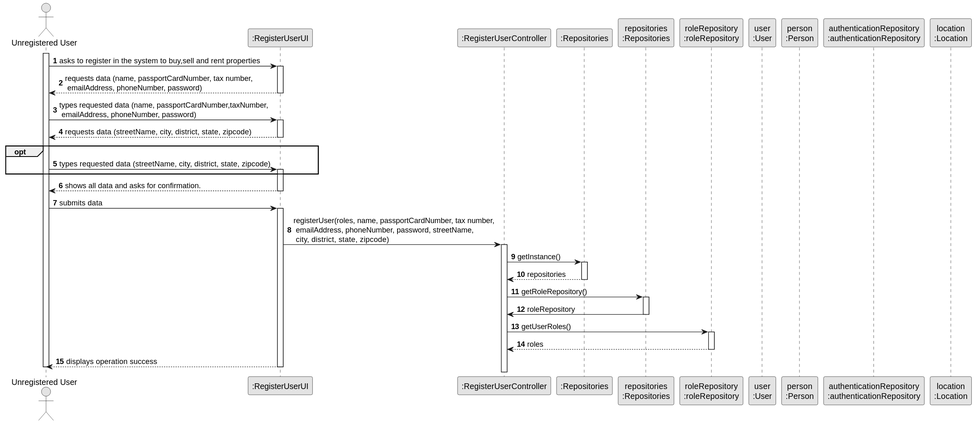
Earlier version of the PlantUML export docs/sprintB/us007/03.design/svg/us007-sequence-diagram-split.svg (rita-barbosa/LAPR2-2223).
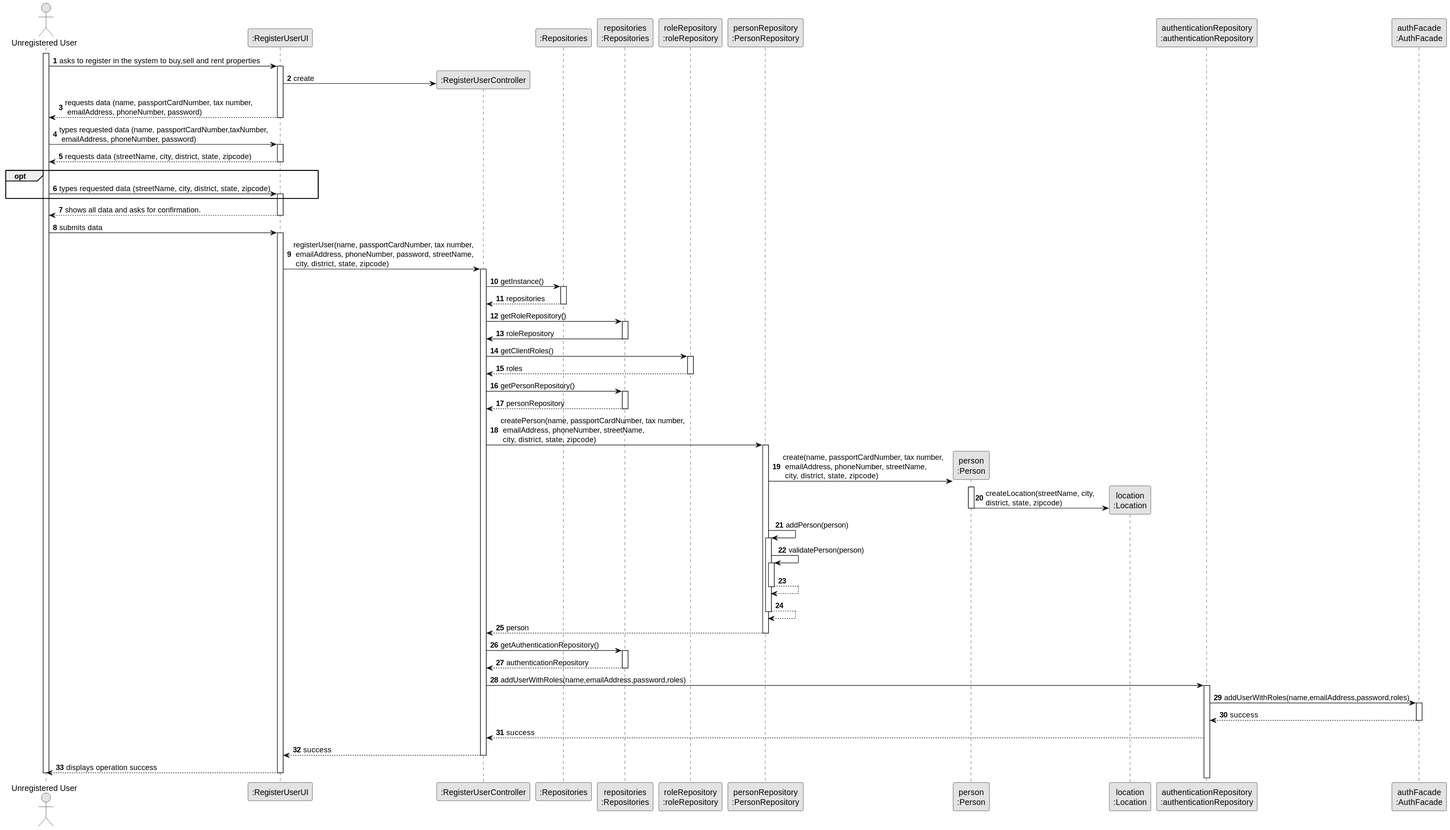
After the commit.

What changed in the source:
```diff
@@ -11,16 +11,20 @@
 participant ":Repositories" as RepositorySingleton
 participant "repositories\n:Repositories" as PLAT
 participant "roleRepository\n:roleRepository" as RoleRepository
-participant "user\n:User" as USER
+participant "personRepository\n:PersonRepository" as PERSONREP
 participant "person\n:Person" as PERSON
+participant "location\n:Location" as LOCATION
 participant "authenticationRepository\n:authenticationRepository" as AUTHREP
-participant "location\n:Location" as LOCATION
+participant "authFacade\n:AuthFacade"  as AUTHFACADE
+
 
 
 activate ADM
 
     ADM -> UI : asks to register in the system to buy,sell and rent properties
     activate UI
+
+    UI -> CTRL**: create
 
     UI --> ADM : requests data (name, passportCardNumber, tax number,\n emailAddress, phoneNumber, password)
     deactivate UI
@@ -42,7 +46,7 @@
     ADM -> UI : submits data
     activate UI
 
-    UI -> CTRL : registerUser(roles, name, passportCardNumber, tax number,\n emailAddress, phoneNumber, password, streetName,\n city, district, state, zipcode)
+    UI -> CTRL : registerUser(name, passportCardNumber, tax number,\n emailAddress, phoneNumber, password, streetName,\n city, district, state, zipcode)
     activate CTRL
 
     CTRL -> RepositorySingleton : getInstance()
@@ -57,12 +61,62 @@
                 PLAT -> CTRL : roleRepository
             deactivate PLAT
 
-            CTRL -> RoleRepository : getUserRoles()
+
+            CTRL -> RoleRepository : getClientRoles()
             activate RoleRepository
 
                 RoleRepository --> CTRL : roles
             deactivate RoleRepository
 
+            CTRL -> PLAT : getPersonRepository()
+            activate PLAT
+
+            PLAT --> CTRL : personRepository
+            deactivate PLAT
+
+            CTRL -> PERSONREP : createPerson(name, passportCardNumber, tax number,\n emailAddress, phoneNumber, streetName,\n city, district, state, zipcode)
+           activate PERSONREP
+
+            PERSONREP -> PERSON** : create(name, passportCardNumber, tax number,\n emailAddress, phoneNumber, streetName,\n city, district, state, zipcode)
+            activate PERSON
+
+            PERSON -> LOCATION** : createLocation(streetName, city, \ndistrict, state, zipcode)
+            deactivate PERSON
+
+            PERSONREP -> PERSONREP: addPerson(person)
+            activate PERSONREP
+
+                PERSONREP -> PERSONREP: validatePerson(person)
+                activate PERSONREP
+
+                PERSONREP --> PERSONREP :
+                deactivate PERSONREP
+
+            PERSONREP --> PERSONREP :
+            deactivate PERSONREP
+
+            PERSONREP --> CTRL : person
+            deactivate PERSONREP
+
+            CTRL -> PLAT : getAuthenticationRepository()
+            activate PLAT
+
+            PLAT --> CTRL: authenticationRepository
+            deactivate PLAT
+
+            CTRL -> AUTHREP : addUserWithRoles(name,emailAddress,password,roles)
+            activate AUTHREP
+
+            AUTHREP -> AUTHFACADE: addUserWithRoles(name,emailAddress,password,roles)
+            activate AUTHFACADE
+
+            AUTHFACADE --> AUTHREP: success
+            deactivate AUTHFACADE
+
+            AUTHREP --> CTRL : success
+
+            CTRL --> UI :success
+            deactivate CTRL
 
     UI --> ADM : displays operation success
     deactivate UI
```
